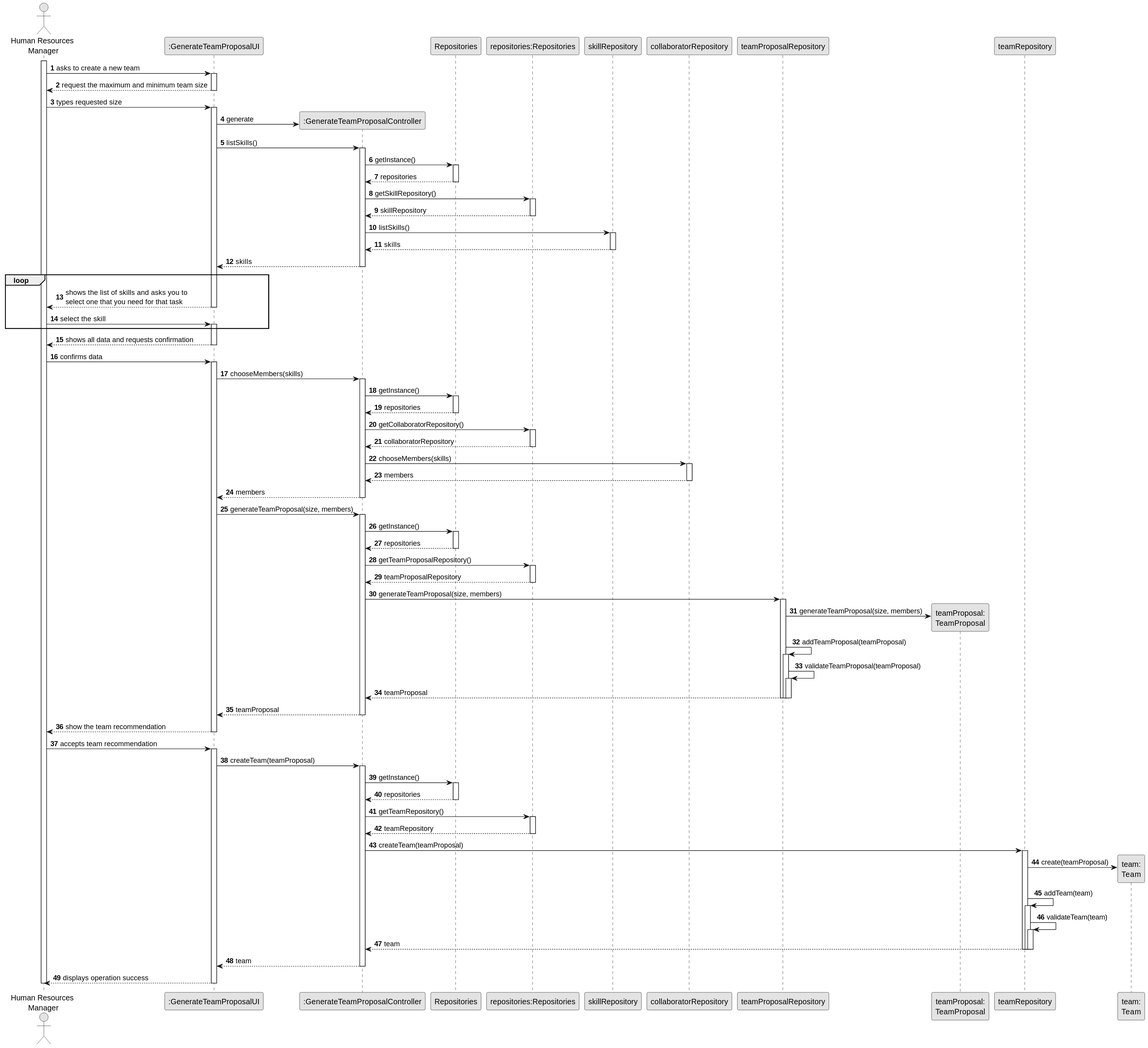
The PlantUML diagram docs/sprintB/us005/03.design/svg/us005-sequence-diagram-full.svg in diogoveirospro/lei-24-s2-1dg-g072, before a commit.
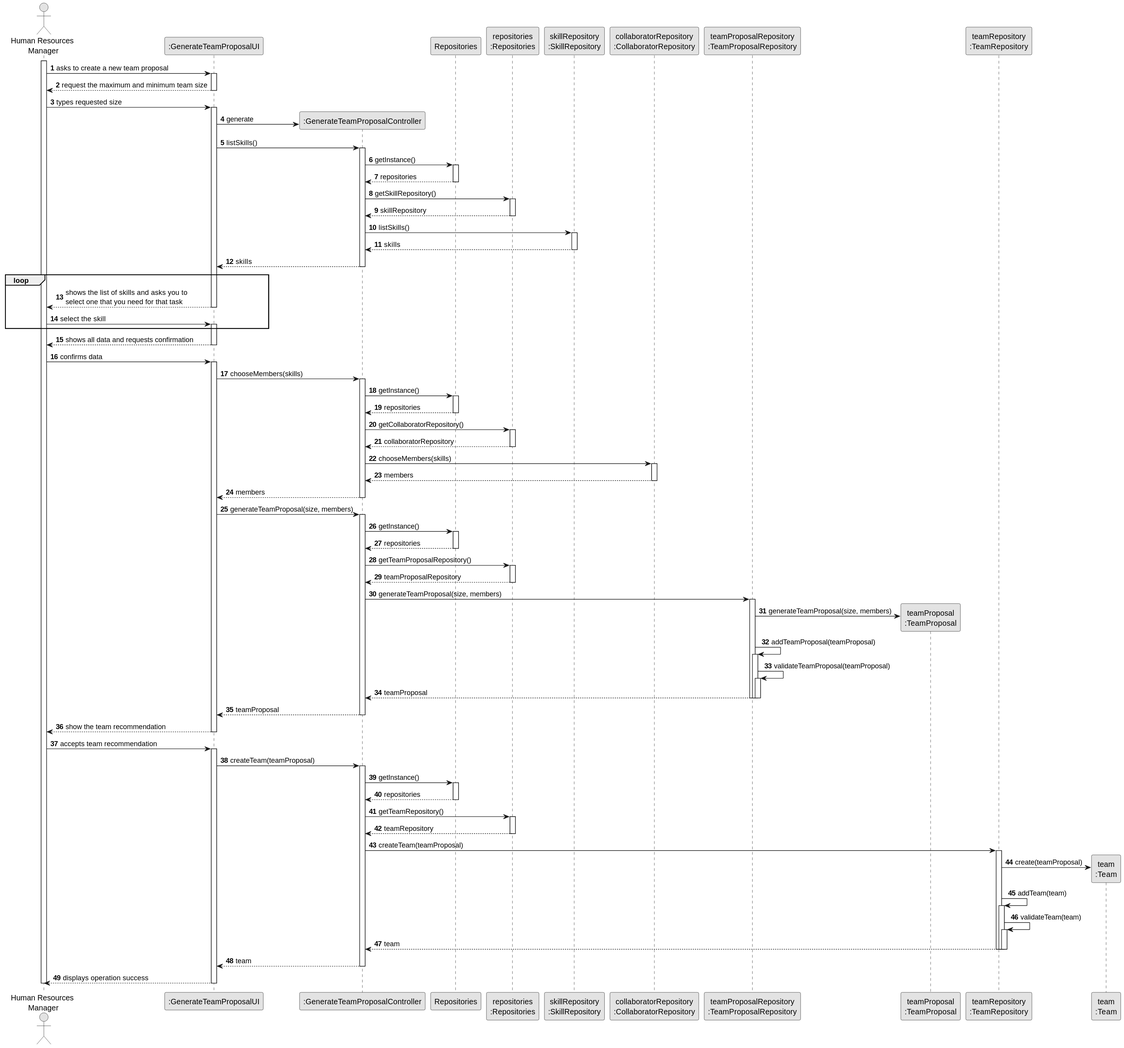
After the commit.

The edit, as a diff of the source:
```diff
@@ -9,17 +9,17 @@
 participant ":GenerateTeamProposalUI" as UI
 participant ":GenerateTeamProposalController" as CTRL
 participant Repositories
-participant "repositories:Repositories" as REP
-participant "skillRepository" as SKILLREP
-participant "collaboratorRepository" as COLREP
-participant "teamProposalRepository" as TEAMPROREP
-participant "teamProposal:\nTeamProposal" as teamProposal
-participant "teamRepository" as TEAMREP
-participant "team:\nTeam" as team
+participant "repositories\n:Repositories" as REP
+participant "skillRepository\n:SkillRepository" as SKILLREP
+participant "collaboratorRepository\n:CollaboratorRepository" as COLREP
+participant "teamProposalRepository\n:TeamProposalRepository" as TEAMPROREP
+participant "teamProposal\n:TeamProposal" as teamProposal
+participant "teamRepository\n:TeamRepository" as TEAMREP
+participant "team\n:Team" as team
 
 activate HRM
 
-    HRM -> UI : asks to create a new team
+    HRM -> UI : asks to create a new team proposal
     activate UI
 
         UI --> HRM : request the maximum and minimum team size
```
